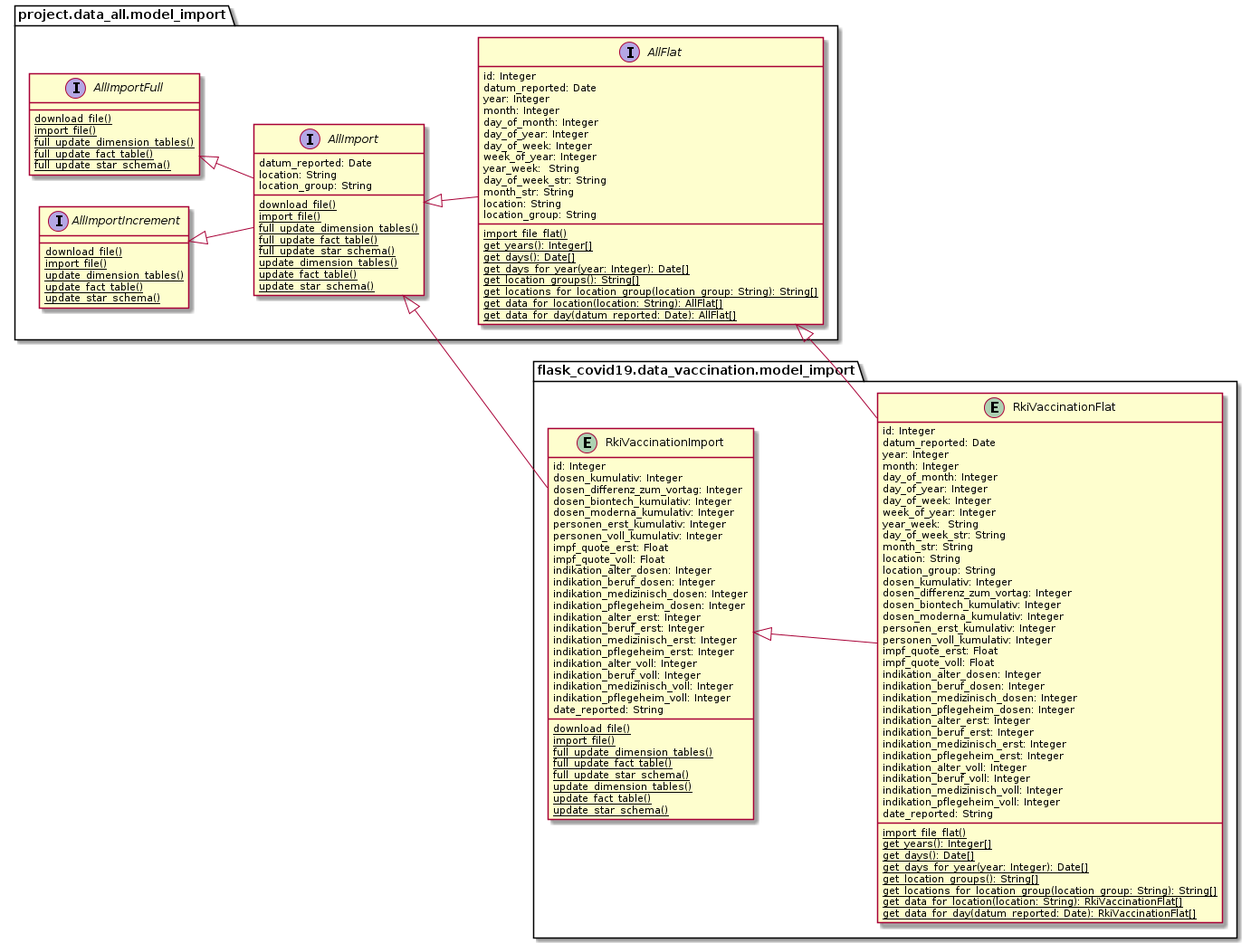
thomaswoehlke/flask_covid19 keeps this PlantUML diagram as docs/uml/data_vaccination/rki_vaccination_domain_model_import.png. Above is the earlier version.
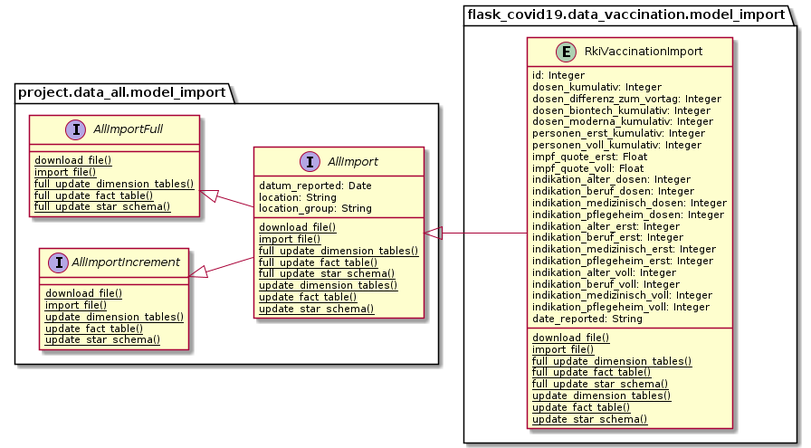
After the commit.

Diff of the diagram source:
```diff
@@ -31,30 +31,6 @@
 		{classifier} update_dimension_tables()
 		{classifier} update_fact_table()
 		{classifier} update_star_schema()
-	}
-
-	interface AllFlat {
-	    id: Integer
-	    datum_reported: Date
-	    year: Integer
-	    month: Integer
-	    day_of_month: Integer
-		day_of_year: Integer
-	    day_of_week: Integer
-	    week_of_year: Integer
-	    year_week:  String
-	    day_of_week_str: String
-		month_str: String
-		location: String
-		location_group: String
-		{classifier} import_file_flat()
-		{classifier} get_years(): Integer[]
-		{classifier} get_days(): Date[]
-		{classifier} get_days_for_year(year: Integer): Date[]
-		{classifier} get_location_groups(): String[]
-		{classifier} get_locations_for_location_group(location_group: String): String[]
-		{classifier} get_data_for_location(location: String): AllFlat[]
-		{classifier} get_data_for_day(datum_reported: Date): AllFlat[]
 	}
 }
 
@@ -92,57 +68,9 @@
 		{classifier} update_fact_table()
 		{classifier} update_star_schema()
 	}
-
-	entity RkiVaccinationFlat {
-	    id: Integer
-	    datum_reported: Date
-	    year: Integer
-	    month: Integer
-	    day_of_month: Integer
-		day_of_year: Integer
-	    day_of_week: Integer
-	    week_of_year: Integer
-	    year_week:  String
-	    day_of_week_str: String
-		month_str: String
-		location: String
-		location_group: String
-	    dosen_kumulativ: Integer
-	    dosen_differenz_zum_vortag: Integer
-	    dosen_biontech_kumulativ: Integer
-	    dosen_moderna_kumulativ: Integer
-	    personen_erst_kumulativ: Integer
-	    personen_voll_kumulativ: Integer
-	    impf_quote_erst: Float
-	    impf_quote_voll: Float
-	    indikation_alter_dosen: Integer
-	    indikation_beruf_dosen: Integer
-	    indikation_medizinisch_dosen: Integer
-	    indikation_pflegeheim_dosen: Integer
-	    indikation_alter_erst: Integer
-	    indikation_beruf_erst: Integer
-	    indikation_medizinisch_erst: Integer
-	    indikation_pflegeheim_erst: Integer
-	    indikation_alter_voll: Integer
-	    indikation_beruf_voll: Integer
-	    indikation_medizinisch_voll: Integer
-	    indikation_pflegeheim_voll: Integer
-	    date_reported: String
-		{classifier} import_file_flat()
-		{classifier} get_years(): Integer[]
-		{classifier} get_days(): Date[]
-		{classifier} get_days_for_year(year: Integer): Date[]
-		{classifier} get_location_groups(): String[]
-		{classifier} get_locations_for_location_group(location_group: String): String[]
-		{classifier} get_data_for_location(location: String): RkiVaccinationFlat[]
-		{classifier} get_data_for_day(datum_reported: Date): RkiVaccinationFlat[]
-	}
 }
 
 AllImportFull <|-- AllImport
 AllImportIncrement <|-- AllImport
-AllImport <|-- AllFlat
 AllImport <|-- RkiVaccinationImport
-AllFlat <|-- RkiVaccinationFlat
-RkiVaccinationImport <|-- RkiVaccinationFlat
 @enduml
```
